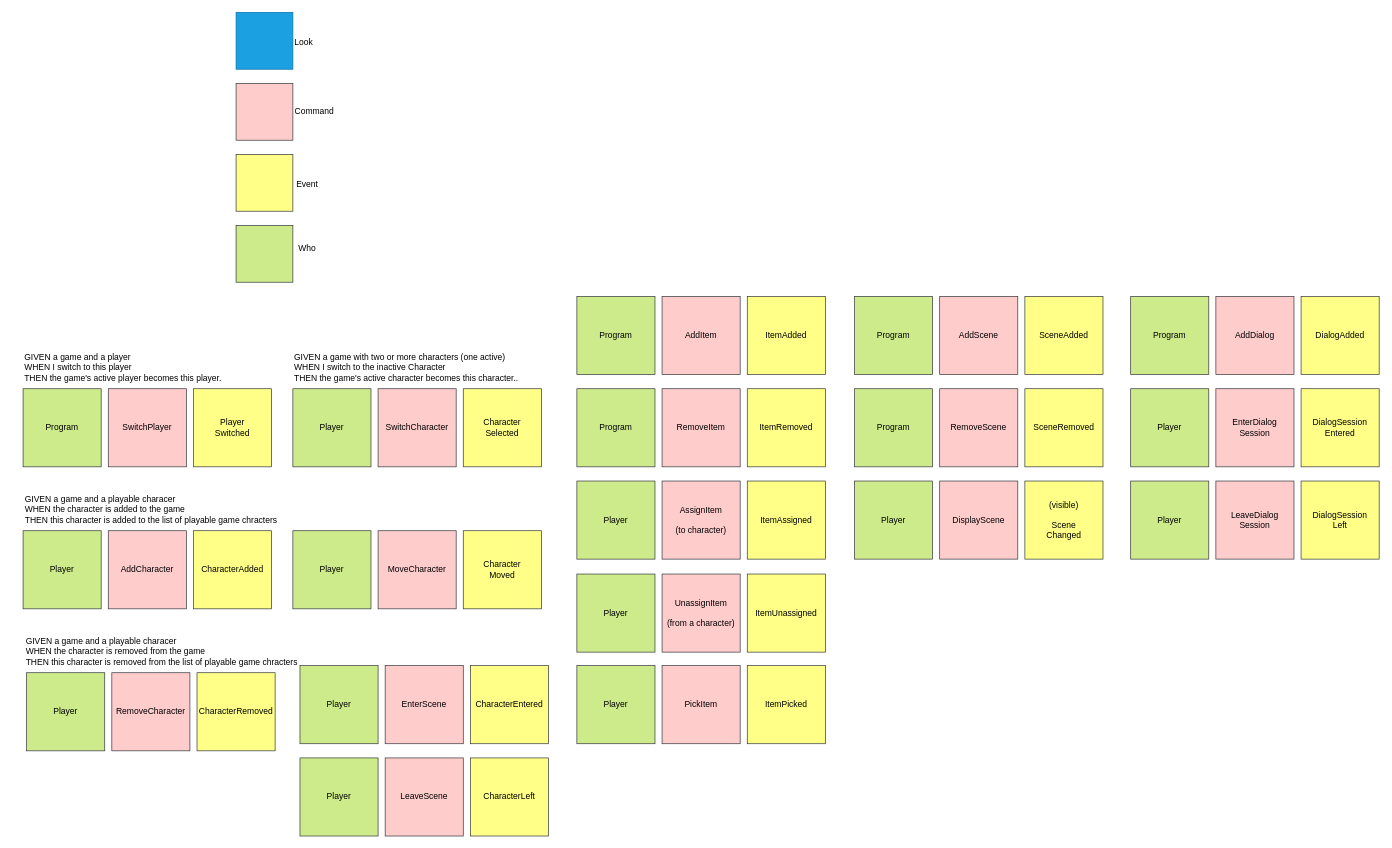
The draw.io diagram page "Stickers" (1 of 4) of doc/dev/EventStorming.drawio in lspawn74/Medness, before the edit. Source tidied: cells renumbered, new cells numbered last; positions are measured from the earlier drawing's top-left corner, leaving out a move shared by most shapes. Both pictures are drawn from the tidied source at 71%, with x=0, y=0 at pixel (16, 12).
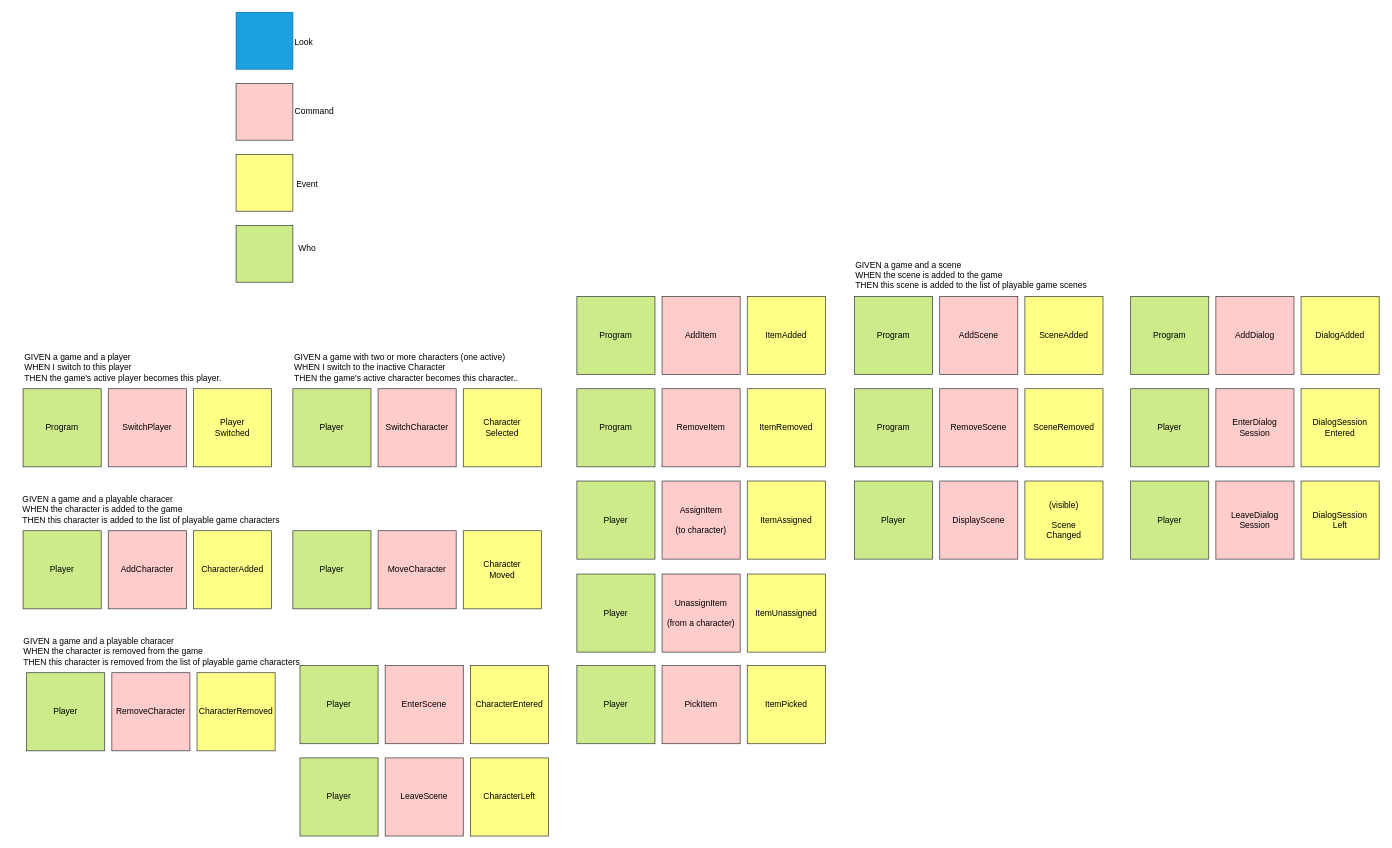
The same page after the edit.

What changed in the source:
```diff
@@
-    <mxCell id="83" value="&lt;div style=&quot;text-align: left;&quot;&gt;&lt;span style=&quot;background-color: initial;&quot;&gt;GIVEN a game and a playable characer&lt;/span&gt;&lt;/div&gt;&lt;div style=&quot;text-align: left;&quot;&gt;WHEN the character is added to the game&lt;br&gt;&lt;/div&gt;&lt;div style=&quot;text-align: left;&quot;&gt;THEN this character is added to the list of playable game chracters&lt;br&gt;&lt;/div&gt;" style="text;html=1;align=center;verticalAlign=middle;strokeColor=none;fillColor=none;" parent="1" vertex="1">
-      <mxGeometry y="670" width="380" height="60" as="geometry" />
+    <mxCell id="83" value="&lt;div style=&quot;text-align: left;&quot;&gt;&lt;span style=&quot;background-color: initial;&quot;&gt;GIVEN a game and a playable characer&lt;/span&gt;&lt;/div&gt;&lt;div style=&quot;text-align: left;&quot;&gt;WHEN the character is added to the game&lt;br&gt;&lt;/div&gt;&lt;div style=&quot;text-align: left;&quot;&gt;THEN this character is added to the list of playable game characters&lt;br&gt;&lt;/div&gt;" style="text;html=1;align=center;verticalAlign=middle;strokeColor=none;fillColor=none;" parent="1" vertex="1">
+      <mxGeometry x="-5" y="670" width="390" height="60" as="geometry" />
     </mxCell>
-    <mxCell id="84" value="&lt;div style=&quot;text-align: left;&quot;&gt;&lt;span style=&quot;background-color: initial;&quot;&gt;GIVEN a game and a playable characer&lt;/span&gt;&lt;/div&gt;&lt;div style=&quot;text-align: left;&quot;&gt;WHEN the character is removed from the game&lt;br&gt;&lt;/div&gt;&lt;div style=&quot;text-align: left;&quot;&gt;THEN this character is removed from the list of playable game chracters&lt;br&gt;&lt;/div&gt;" style="text;html=1;align=center;verticalAlign=middle;strokeColor=none;fillColor=none;" parent="1" vertex="1">
+    <mxCell id="84" value="&lt;div style=&quot;text-align: left;&quot;&gt;&lt;span style=&quot;background-color: initial;&quot;&gt;GIVEN a game and a playable characer&lt;/span&gt;&lt;/div&gt;&lt;div style=&quot;text-align: left;&quot;&gt;WHEN the character is removed from the game&lt;br&gt;&lt;/div&gt;&lt;div style=&quot;text-align: left;&quot;&gt;THEN this character is removed from the list of playable game characters&lt;br&gt;&lt;/div&gt;" style="text;html=1;align=center;verticalAlign=middle;strokeColor=none;fillColor=none;" parent="1" vertex="1">
       <mxGeometry y="870" width="410" height="60" as="geometry" />
     </mxCell>
@@
+    <mxCell id="86" value="&lt;div style=&quot;text-align: left;&quot;&gt;&lt;span style=&quot;background-color: initial;&quot;&gt;GIVEN a game and a scene&lt;/span&gt;&lt;/div&gt;&lt;div style=&quot;text-align: left;&quot;&gt;WHEN the scene is added to the game&lt;br&gt;&lt;/div&gt;&lt;div style=&quot;text-align: left;&quot;&gt;THEN this scene is added to the list of playable game scenes&lt;br&gt;&lt;/div&gt;" style="text;html=1;align=center;verticalAlign=middle;strokeColor=none;fillColor=none;" parent="1" vertex="1">
+      <mxGeometry x="1170" y="340" width="350" height="60" as="geometry" />
+    </mxCell>
```
